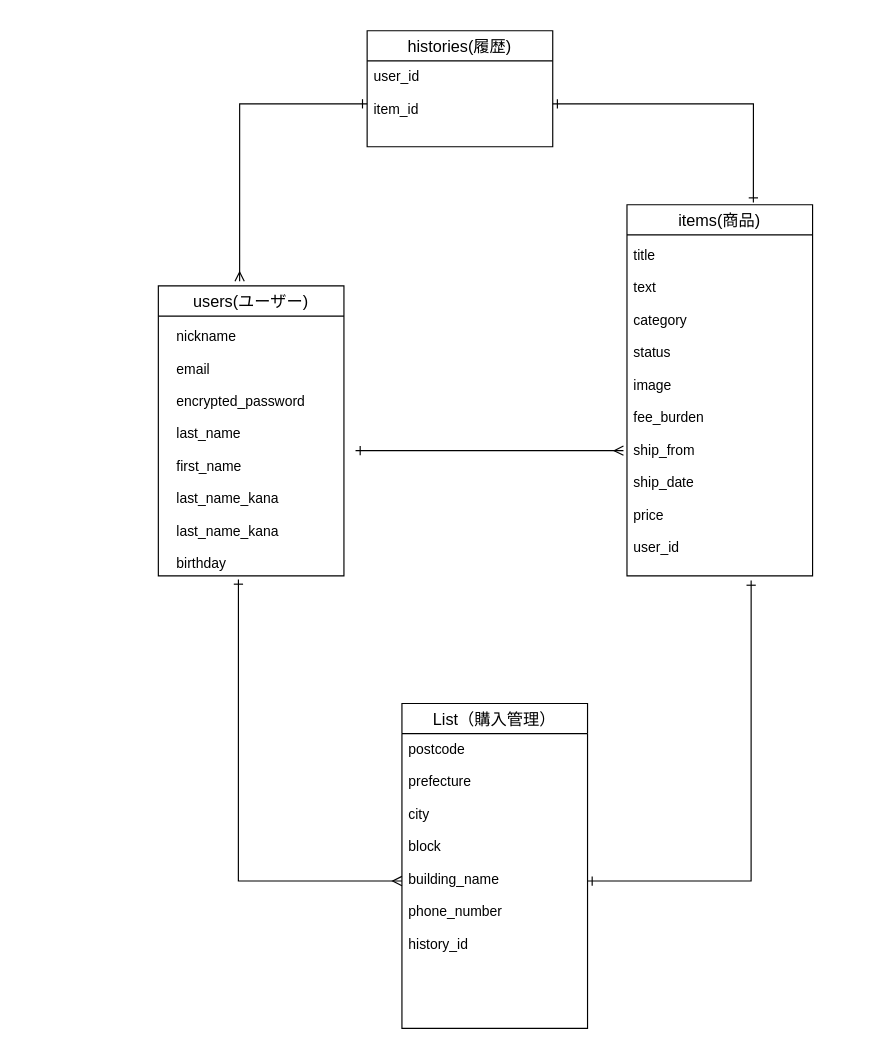
Before: er.dio in shogosuzuki712/furima-35052, a draw.io diagram. Source tidied: cells renumbered, new cells numbered last; positions are measured from the earlier drawing's top-left corner, leaving out a move shared by most shapes. Both pictures are drawn from the tidied source at 116%, with x=0, y=0 at pixel (158, 30).
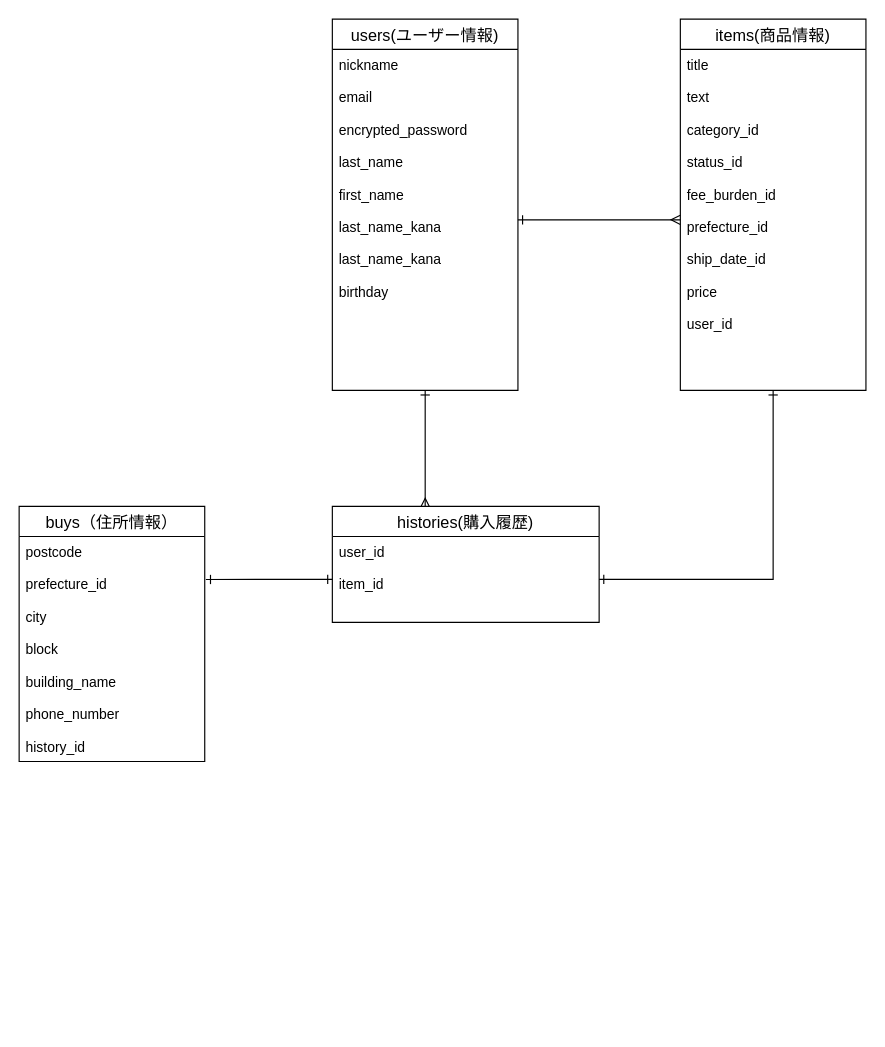
The same diagram, later.

Commit message (it also covers changes not shown here):
ER図とREADME.md修正-2

What changed in the source:
```diff
@@
 <mxGraphModel>
   <root>
     <mxCell id="0" />
     <mxCell id="1" parent="0" />
+    <mxCell id="15" style="edgeStyle=orthogonalEdgeStyle;rounded=0;jettySize=auto;html=1;startArrow=ERone;startFill=0;endArrow=ERmany;endFill=0;entryX=0.348;entryY=0.01;entryDx=0;entryDy=0;entryPerimeter=0;" parent="1" edge="1" source="2" target="11">
+      <mxGeometry relative="1" as="geometry" />
+    </mxCell>
-    <mxCell id="2" value="users(ユーザー)" style="swimlane;fontStyle=0;horizontal=1;startSize=26;align=center;fontSize=14;" parent="1" vertex="1">
-      <mxGeometry y="220" width="160" height="250" as="geometry" />
+    <mxCell id="2" value="users(ユーザー情報)" style="swimlane;fontStyle=0;horizontal=1;startSize=26;align=center;fontSize=14;" parent="1" vertex="1">
+      <mxGeometry x="150" y="-10" width="160" height="320" as="geometry" />
     </mxCell>
+    <mxCell id="5" value="nickname&#10;&#10;email&#10;&#10;encrypted_password&#10;&#10;last_name&#10;&#10;first_name&#10;&#10;last_name_kana&#10;&#10;last_name_kana&#10;&#10;birthday" style="text;strokeColor=none;fillColor=none;spacingLeft=4;spacingRight=4;overflow=hidden;points=[[0,0.5],[1,0.5]];portConstraint=eastwest;fontSize=12;" parent="2" vertex="1">
+      <mxGeometry y="26" width="160" height="294" as="geometry" />
+    </mxCell>
+    <mxCell id="16" style="edgeStyle=orthogonalEdgeStyle;rounded=0;jettySize=auto;html=1;entryX=1;entryY=0.5;entryDx=0;entryDy=0;startArrow=ERone;startFill=0;endArrow=ERone;endFill=0;" parent="1" edge="1" source="3" target="12">
+      <mxGeometry relative="1" as="geometry" />
+    </mxCell>
-    <mxCell id="3" value="items(商品)" style="swimlane;fontStyle=0;horizontal=1;startSize=26;align=center;fontSize=14;" parent="1" vertex="1">
-      <mxGeometry x="404" y="150" width="160" height="320" as="geometry" />
+    <mxCell id="3" value="items(商品情報)" style="swimlane;fontStyle=0;horizontal=1;startSize=26;align=center;fontSize=14;" parent="1" vertex="1">
+      <mxGeometry x="450" y="-10" width="160" height="320" as="geometry" />
     </mxCell>
-    <mxCell id="4" style="edgeStyle=orthogonalEdgeStyle;rounded=0;jettySize=auto;html=1;exitX=1;exitY=0.5;exitDx=0;exitDy=0;entryX=-0.019;entryY=0.619;entryDx=0;entryDy=0;entryPerimeter=0;startArrow=ERone;startFill=0;endArrow=ERmany;endFill=0;" parent="1" edge="1" source="5" target="6">
-      <mxGeometry relative="1" as="geometry" />
-    </mxCell>
-    <mxCell id="5" value="nickname&#10;&#10;email&#10;&#10;encrypted_password&#10;&#10;last_name&#10;&#10;first_name&#10;&#10;last_name_kana&#10;&#10;last_name_kana&#10;&#10;birthday" style="text;strokeColor=none;fillColor=none;spacingLeft=4;spacingRight=4;overflow=hidden;points=[[0,0.5],[1,0.5]];portConstraint=eastwest;fontSize=12;" parent="1" vertex="1">
-      <mxGeometry x="10" y="250" width="160" height="224" as="geometry" />
-    </mxCell>
-    <mxCell id="6" value="title&#10;&#10;text&#10;&#10;category&#10;&#10;status&#10;&#10;image&#10;&#10;fee_burden&#10;&#10;ship_from&#10;&#10;ship_date&#10;&#10;price&#10;&#10;user_id" style="text;strokeColor=none;fillColor=none;spacingLeft=4;spacingRight=4;overflow=hidden;points=[[0,0.5],[1,0.5]];portConstraint=eastwest;fontSize=12;" parent="1" vertex="1">
-      <mxGeometry x="404" y="180" width="160" height="294" as="geometry" />
+    <mxCell id="6" value="title&#10;&#10;text&#10;&#10;category_id&#10;&#10;status_id&#10;&#10;fee_burden_id&#10;&#10;prefecture_id&#10;&#10;ship_date_id&#10;&#10;price&#10;&#10;user_id" style="text;strokeColor=none;fillColor=none;spacingLeft=4;spacingRight=4;overflow=hidden;points=[[0,0.5],[1,0.5]];portConstraint=eastwest;fontSize=12;" parent="3" vertex="1">
+      <mxGeometry y="26" width="160" height="294" as="geometry" />
     </mxCell>
-    <mxCell id="7" value="List（購入管理）" style="swimlane;fontStyle=0;horizontal=1;startSize=26;align=center;fontSize=14;" parent="1" vertex="1">
-      <mxGeometry x="210" y="580" width="160" height="280" as="geometry" />
+    <mxCell id="7" value="buys（住所情報）" style="swimlane;fontStyle=0;horizontal=1;startSize=26;align=center;fontSize=14;" parent="1" vertex="1">
+      <mxGeometry x="-120" y="410" width="160" height="220" as="geometry" />
     </mxCell>
-    <mxCell id="8" value="postcode&#10;&#10;prefecture&#10;&#10;city&#10;&#10;block&#10;&#10;building_name&#10;&#10;phone_number&#10;&#10;history_id" style="text;strokeColor=none;fillColor=none;spacingLeft=4;spacingRight=4;overflow=hidden;points=[[0,0.5],[1,0.5]];portConstraint=eastwest;fontSize=12;" parent="7" vertex="1">
-      <mxGeometry y="26" width="160" height="254" as="geometry" />
+    <mxCell id="8" value="postcode&#10;&#10;prefecture_id&#10;&#10;city&#10;&#10;block&#10;&#10;building_name&#10;&#10;phone_number&#10;&#10;history_id" style="text;strokeColor=none;fillColor=none;spacingLeft=4;spacingRight=4;overflow=hidden;points=[[0,0.5],[1,0.5]];portConstraint=eastwest;fontSize=12;" parent="7" vertex="1">
+      <mxGeometry y="26" width="160" height="194" as="geometry" />
     </mxCell>
-    <mxCell id="9" style="edgeStyle=orthogonalEdgeStyle;rounded=0;jettySize=auto;html=1;entryX=0.369;entryY=0.996;entryDx=0;entryDy=0;entryPerimeter=0;startArrow=ERmany;startFill=0;endArrow=ERone;endFill=0;" parent="1" edge="1" source="8" target="5">
-      <mxGeometry relative="1" as="geometry" />
-    </mxCell>
-    <mxCell id="10" style="edgeStyle=orthogonalEdgeStyle;rounded=0;jettySize=auto;html=1;entryX=0.669;entryY=1;entryDx=0;entryDy=0;entryPerimeter=0;endArrow=ERone;endFill=0;startArrow=ERone;startFill=0;" parent="1" edge="1" source="8" target="6">
-      <mxGeometry relative="1" as="geometry" />
-    </mxCell>
-    <mxCell id="11" value="histories(履歴)" style="swimlane;fontStyle=0;horizontal=1;startSize=26;align=center;fontSize=14;" parent="1" vertex="1">
-      <mxGeometry x="180" width="160" height="100" as="geometry" />
+    <mxCell id="11" value="histories(購入履歴)" style="swimlane;fontStyle=0;horizontal=1;startSize=26;align=center;fontSize=14;" parent="1" vertex="1">
+      <mxGeometry x="150" y="410" width="230" height="100" as="geometry" />
     </mxCell>
     <mxCell id="12" value="user_id&#10;&#10;item_id" style="text;strokeColor=none;fillColor=none;spacingLeft=4;spacingRight=4;overflow=hidden;points=[[0,0.5],[1,0.5]];portConstraint=eastwest;fontSize=12;" parent="11" vertex="1">
-      <mxGeometry y="26" width="160" height="74" as="geometry" />
+      <mxGeometry y="26" width="230" height="74" as="geometry" />
     </mxCell>
-    <mxCell id="13" style="edgeStyle=orthogonalEdgeStyle;rounded=0;jettySize=auto;html=1;entryX=0.438;entryY=-0.016;entryDx=0;entryDy=0;entryPerimeter=0;startArrow=ERone;startFill=0;endArrow=ERmany;endFill=0;" parent="1" edge="1" source="12" target="2">
-      <mxGeometry relative="1" as="geometry" />
-    </mxCell>
-    <mxCell id="14" style="edgeStyle=orthogonalEdgeStyle;rounded=0;jettySize=auto;html=1;entryX=0.681;entryY=-0.006;entryDx=0;entryDy=0;entryPerimeter=0;endArrow=ERone;endFill=0;startArrow=ERone;startFill=0;" parent="1" edge="1" source="12" target="3">
-      <mxGeometry relative="1" as="geometry" />
-    </mxCell>
+    <mxCell id="4" style="edgeStyle=orthogonalEdgeStyle;rounded=0;jettySize=auto;html=1;exitX=1;exitY=0.5;exitDx=0;exitDy=0;entryX=0;entryY=0.5;entryDx=0;entryDy=0;endArrow=ERmany;endFill=0;startArrow=ERone;startFill=0;" parent="1" edge="1" source="5" target="6">
+      <mxGeometry relative="1" as="geometry" />
+    </mxCell>
+    <mxCell id="17" style="edgeStyle=orthogonalEdgeStyle;rounded=0;jettySize=auto;html=1;entryX=1.006;entryY=0.191;entryDx=0;entryDy=0;entryPerimeter=0;startArrow=ERone;startFill=0;endArrow=ERone;endFill=0;" parent="1" edge="1" source="12" target="8">
+      <mxGeometry relative="1" as="geometry" />
+    </mxCell>
   </root>
 </mxGraphModel>
```
